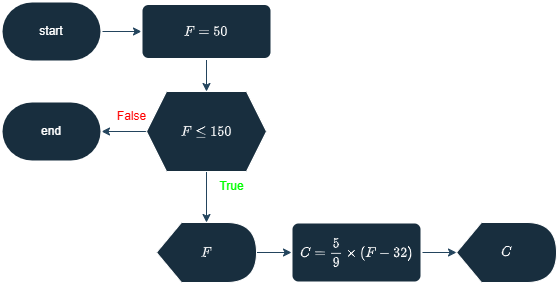
The draw.io diagram Parte-3/atividade12.png in kf-martins-uel/algoritmos-atividade1, before a commit. Source tidied: cells renumbered, new cells last; positions are measured from the earlier drawing's top-left corner, leaving out a move shared by most shapes.
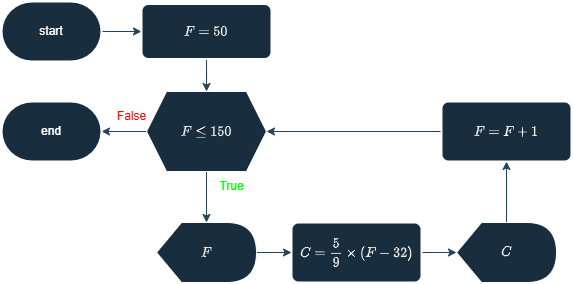
Later version of the same file.

What changed in the source:
```diff
@@ -29,6 +29,9 @@
     <mxCell id="10" value="$$F \leq 150$$" style="shape=hexagon;perimeter=hexagonPerimeter2;whiteSpace=wrap;html=1;fixedSize=1;labelBackgroundColor=none;fillColor=#182E3E;strokeColor=#FFFFFF;fontColor=#FFFFFF;" parent="1" vertex="1">
       <mxGeometry x="145" y="90" width="120" height="80" as="geometry" />
     </mxCell>
+    <mxCell id="17" style="edgeStyle=orthogonalEdgeStyle;rounded=0;jettySize=auto;html=1;strokeColor=#23445D;" parent="1" edge="1" source="11" target="19">
+      <mxGeometry relative="1" as="geometry" />
+    </mxCell>
     <mxCell id="11" value="$$C$$" style="shape=display;whiteSpace=wrap;html=1;strokeColor=#FFFFFF;fontColor=#FFFFFF;fillColor=#182E3E;" parent="1" vertex="1">
       <mxGeometry x="455" y="221" width="100" height="60" as="geometry" />
     </mxCell>
@@ -47,5 +50,11 @@
     <mxCell id="16" value="&lt;font style=&quot;color: light-dark(rgb(0, 255, 0), rgb(0, 255, 0));&quot;&gt;True&lt;/font&gt;" style="text;html=1;align=center;verticalAlign=middle;strokeColor=none;fillColor=none;fontColor=#FFFFFF;labelBackgroundColor=none;" parent="1" vertex="1">
       <mxGeometry x="205" y="170" width="50" height="30" as="geometry" />
     </mxCell>
+    <mxCell id="18" style="edgeStyle=orthogonalEdgeStyle;rounded=0;jettySize=auto;html=1;strokeColor=#23445D;" parent="1" edge="1" source="19" target="10">
+      <mxGeometry relative="1" as="geometry" />
+    </mxCell>
+    <mxCell id="19" value="$$F = F+1$$" style="rounded=1;whiteSpace=wrap;html=1;absoluteArcSize=1;arcSize=14;strokeWidth=2;labelBackgroundColor=none;fillColor=#182E3E;strokeColor=#FFFFFF;fontColor=#FFFFFF;" parent="1" vertex="1">
+      <mxGeometry x="440" y="100" width="130" height="60" as="geometry" />
+    </mxCell>
   </root>
 </mxGraphModel>
```
